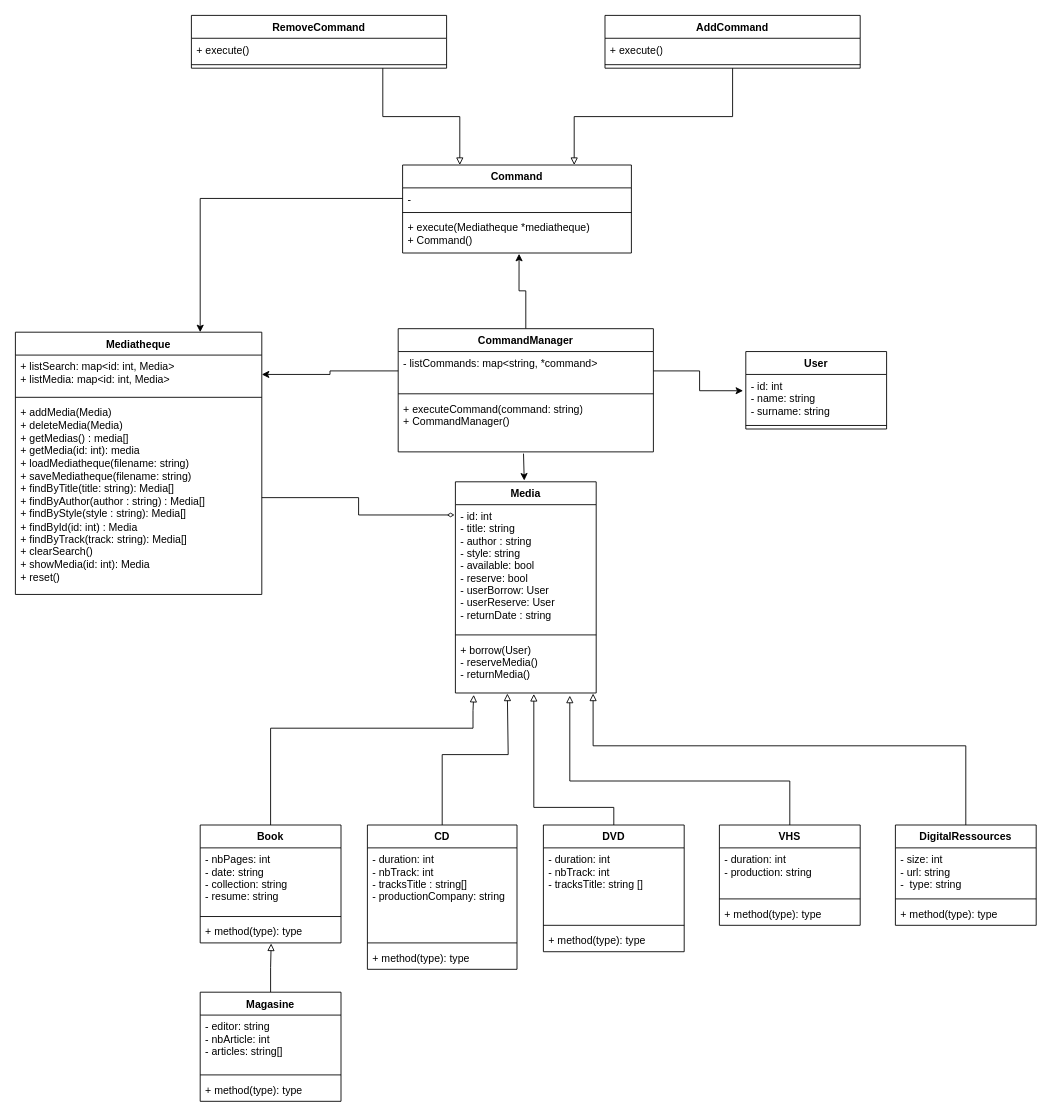
Earlier version of the draw.io diagram page "UML" (1 of 2) of UML.drawio (BillyBigGun/EnseirbBiblio). Source tidied: cells renumbered, new cells numbered last; positions are measured from the earlier drawing's top-left corner, leaving out a move shared by most shapes. Both pictures are drawn from the tidied source at 88%, with x=0, y=0 at pixel (15, 15).
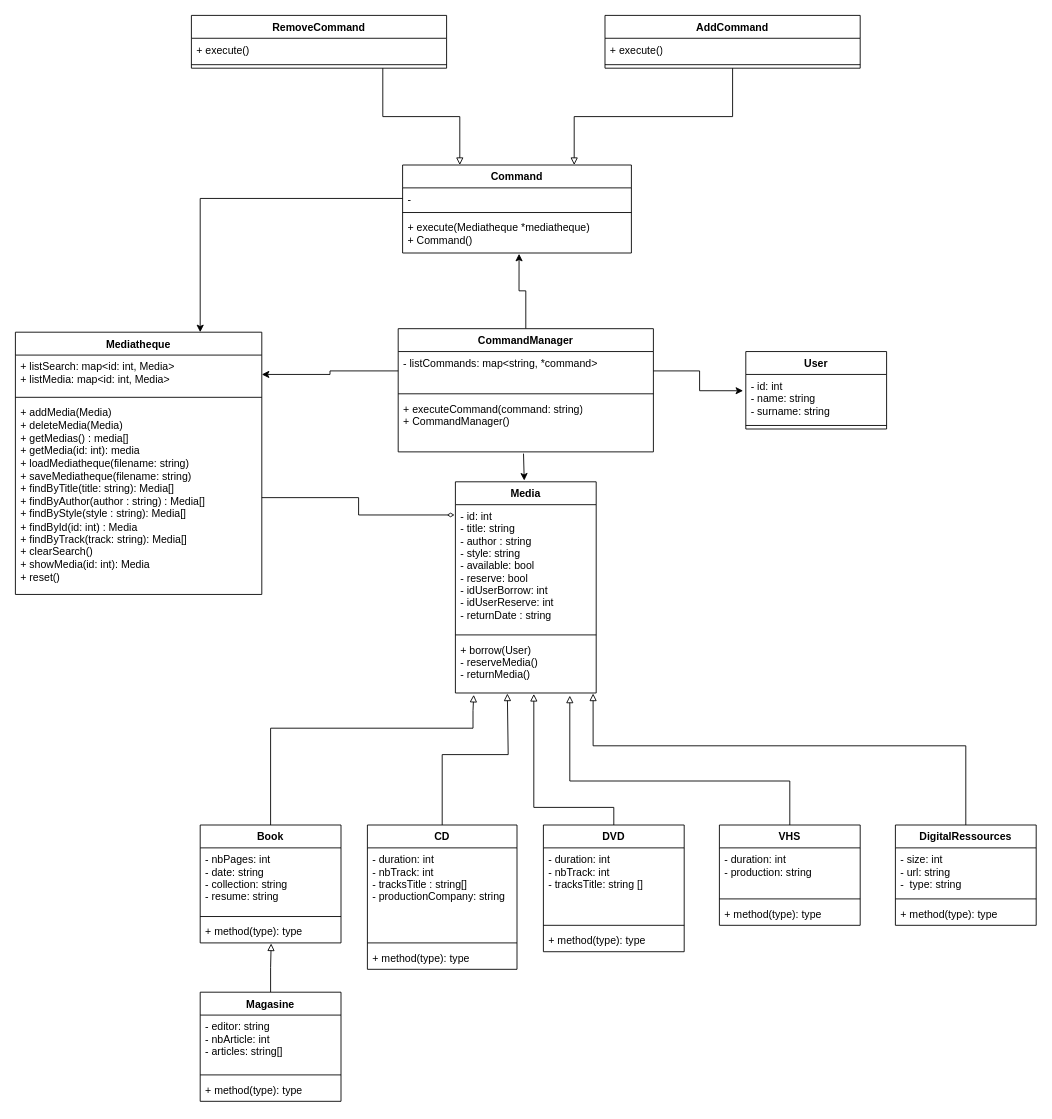
After the change.

Unchanged cells that the change refers to:
```xml
<mxCell id="7" value="Media" style="swimlane;fontStyle=1;align=center;verticalAlign=top;horizontal=1;startSize=26;" parent="1" vertex="1">
  <mxGeometry x="500" y="530" width="160" height="240" as="geometry" />
</mxCell>
```

Diff of the diagram source:
```diff
@@
-    <mxCell id="8" value="- id: int&#10;- title: string&#10;- author : string &#10;- style: string&#10;- available: bool&#10;- reserve: bool&#10;- userBorrow: User&#10;- userReserve: User&#10;- returnDate : string&#10;" style="text;strokeColor=none;fillColor=none;align=left;verticalAlign=top;spacingLeft=4;spacingRight=4;overflow=hidden;" parent="7" vertex="1">
+    <mxCell id="8" value="- id: int&#10;- title: string&#10;- author : string &#10;- style: string&#10;- available: bool&#10;- reserve: bool&#10;- idUserBorrow: int&#10;- idUserReserve: int&#10;- returnDate : string&#10;" style="text;strokeColor=none;fillColor=none;align=left;verticalAlign=top;spacingLeft=4;spacingRight=4;overflow=hidden;" parent="7" vertex="1">
       <mxGeometry y="26" width="160" height="144" as="geometry" />
     </mxCell>
```
